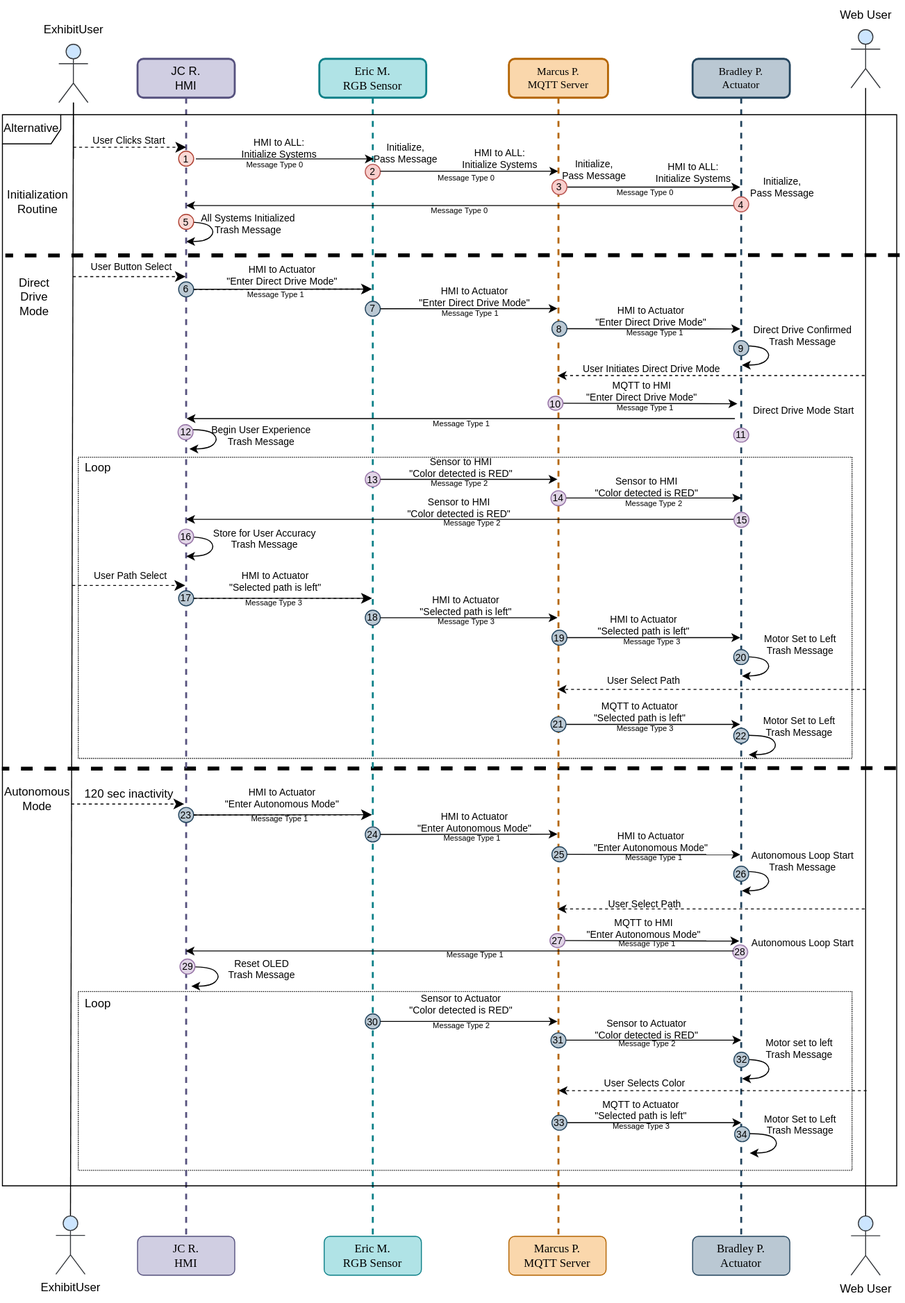
Above: docs/static/Images/Team 201 - UML Sequence Diagram.drawio.svg in ASU-EGR314-2025-S-201/ASU-EGR314-2025-S-201.github.io (draw.io), before the change. Source tidied: cells renumbered, new cells last; positions are measured from the earlier drawing's top-left corner, leaving out a move shared by most shapes.
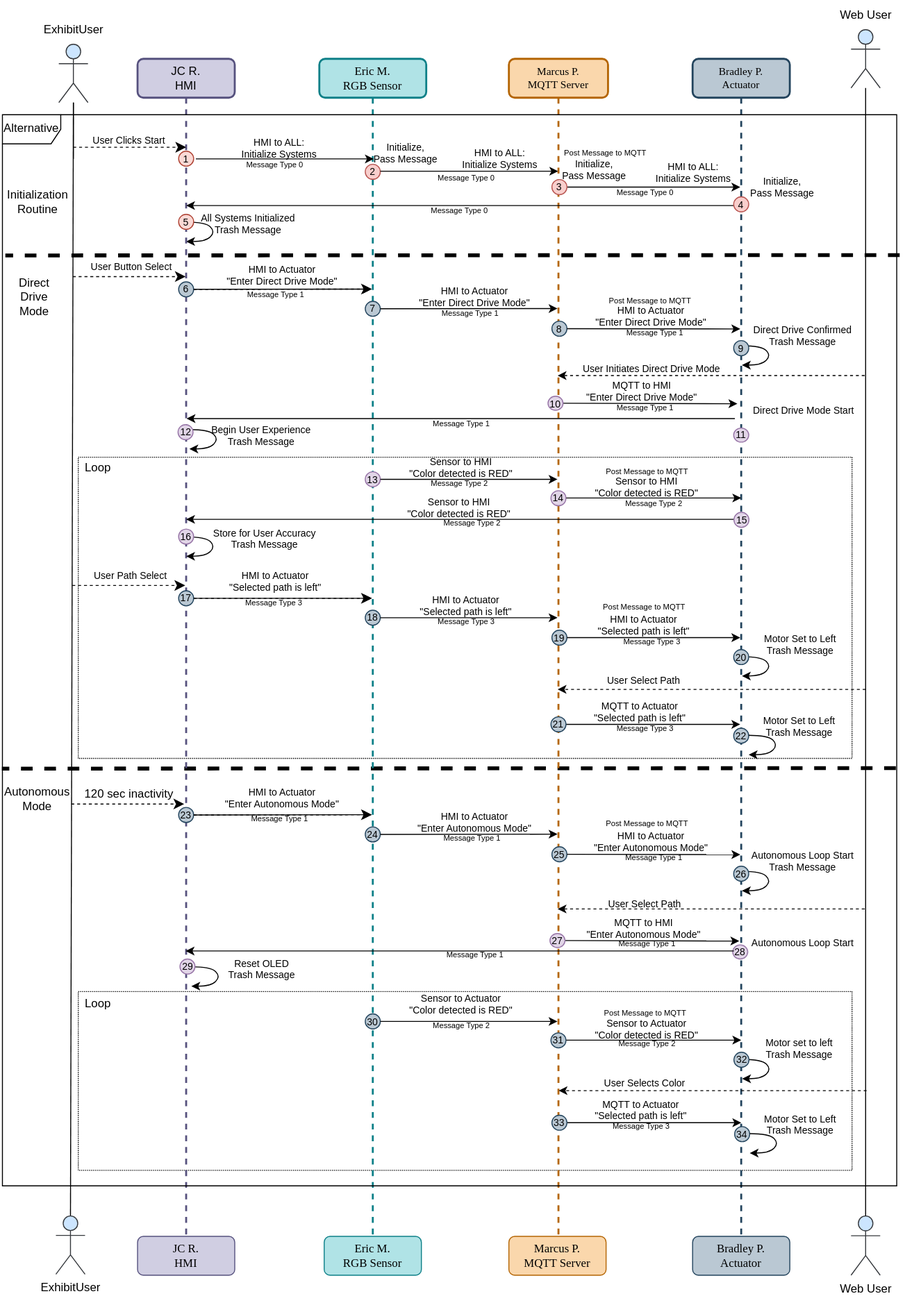
After the change.

Change to the diagram source:
```diff
@@ -705,5 +705,23 @@
     <mxCell id="177" value="&lt;font style=&quot;font-size: 8px;&quot;&gt;Message Type 3&lt;/font&gt;" style="text;html=1;align=center;verticalAlign=middle;strokeColor=none;fillColor=none;" parent="1" vertex="1">
       <mxGeometry x="618" y="1143.2" width="80" height="30" as="geometry" />
     </mxCell>
+    <mxCell id="178" value="&lt;font style=&quot;font-size: 8px;&quot;&gt;Post Message to MQTT&lt;/font&gt;" style="text;html=1;align=center;verticalAlign=middle;strokeColor=none;fillColor=none;" parent="1" vertex="1">
+      <mxGeometry x="566.2" y="140.5" width="110" height="30" as="geometry" />
+    </mxCell>
+    <mxCell id="179" value="&lt;font style=&quot;font-size: 8px;&quot;&gt;Post Message to MQTT&lt;/font&gt;" style="text;html=1;align=center;verticalAlign=middle;strokeColor=none;fillColor=none;" parent="1" vertex="1">
+      <mxGeometry x="612" y="293" width="110" height="30" as="geometry" />
+    </mxCell>
+    <mxCell id="180" value="&lt;font style=&quot;font-size: 8px;&quot;&gt;Post Message to MQTT&lt;/font&gt;" style="text;html=1;align=center;verticalAlign=middle;strokeColor=none;fillColor=none;" parent="1" vertex="1">
+      <mxGeometry x="609" y="468.5" width="110" height="30" as="geometry" />
+    </mxCell>
+    <mxCell id="181" value="&lt;font style=&quot;font-size: 8px;&quot;&gt;Post Message to MQTT&lt;/font&gt;" style="text;html=1;align=center;verticalAlign=middle;strokeColor=none;fillColor=none;" parent="1" vertex="1">
+      <mxGeometry x="606" y="608" width="110" height="30" as="geometry" />
+    </mxCell>
+    <mxCell id="182" value="&lt;font style=&quot;font-size: 8px;&quot;&gt;Post Message to MQTT&lt;/font&gt;" style="text;html=1;align=center;verticalAlign=middle;strokeColor=none;fillColor=none;" parent="1" vertex="1">
+      <mxGeometry x="609" y="831" width="110" height="30" as="geometry" />
+    </mxCell>
+    <mxCell id="183" value="&lt;font style=&quot;font-size: 8px;&quot;&gt;Post Message to MQTT&lt;/font&gt;" style="text;html=1;align=center;verticalAlign=middle;strokeColor=none;fillColor=none;" parent="1" vertex="1">
+      <mxGeometry x="607" y="1026" width="110" height="30" as="geometry" />
+    </mxCell>
   </root>
 </mxGraphModel>
```
